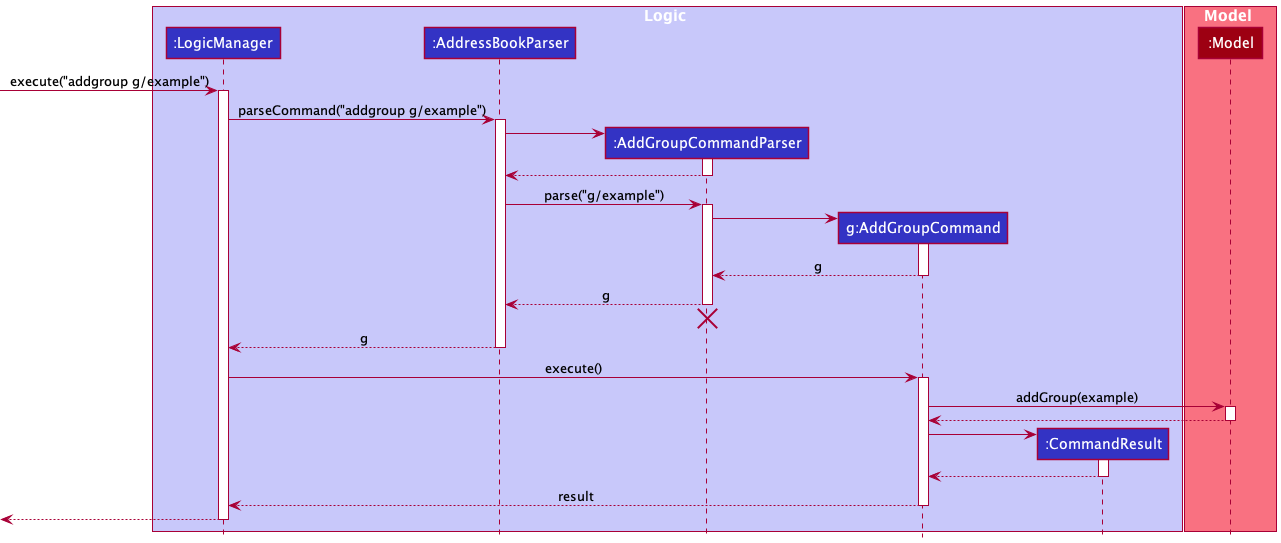
Above: docs/images/AddGroupSequenceDiagram.png in nus-cs2103-AY2122S2/tp (PlantUML), before the change.
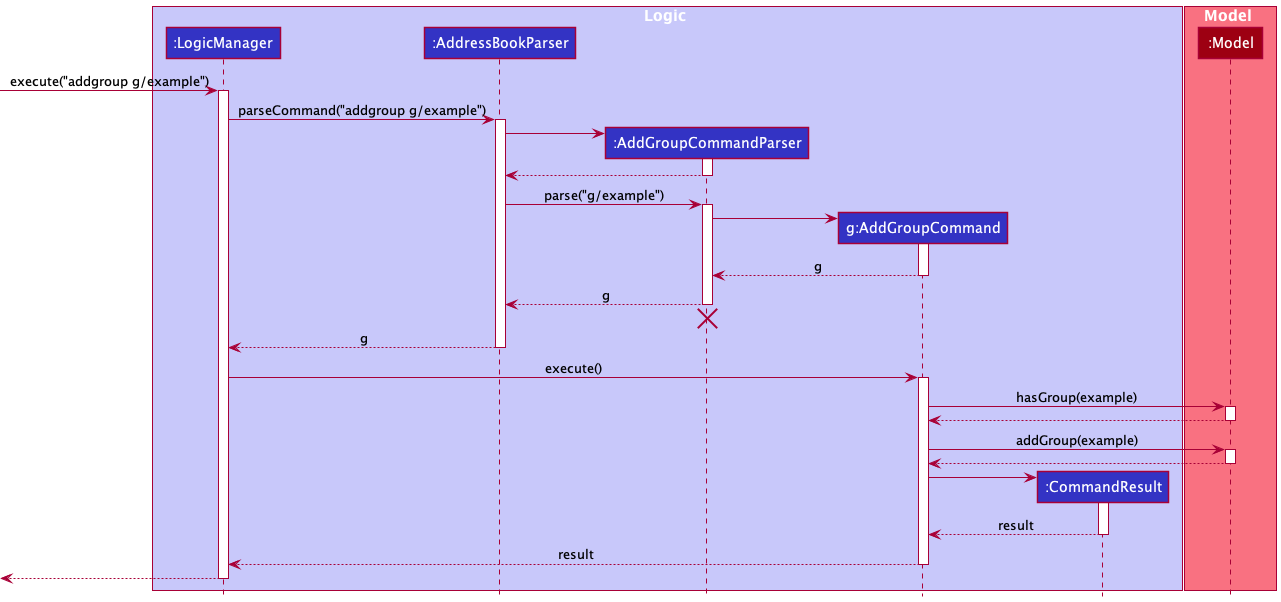
After the change.

The edit, as a diff of the source:
```diff
@@ -48,6 +48,12 @@
 LogicManager -> AddGroupCommand : execute()
 activate AddGroupCommand
 
+AddGroupCommand -> Model : hasGroup(example)
+activate Model
+
+Model --> AddGroupCommand
+deactivate Model
+
 AddGroupCommand -> Model : addGroup(example)
 activate Model
 
@@ -58,7 +64,7 @@
 AddGroupCommand -> CommandResult
 activate CommandResult
 
-CommandResult --> AddGroupCommand
+CommandResult --> AddGroupCommand : result
 deactivate CommandResult
 
 AddGroupCommand --> LogicManager : result
```
